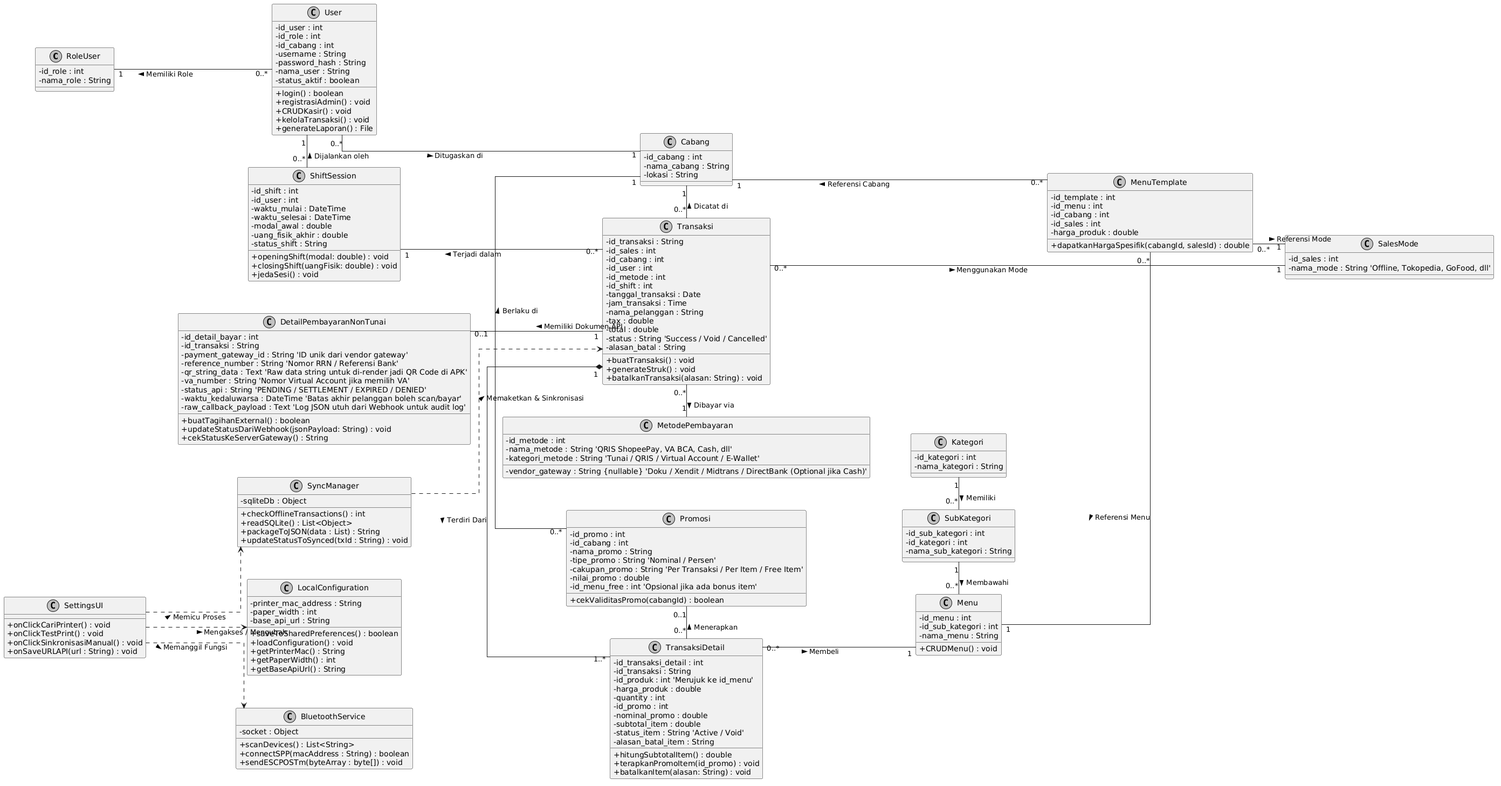
Before: Dokumen/Class Diagram.png, a diagram exported from PlantUML (ikoks/Pengembangan-Aplikasi-Point-Of-Sale-untuk-Event). Source of this version:
```plantuml
@startuml
skinparam classAttributeIconSize 0
skinparam monochrome true
skinparam shadowing false
skinparam linetype ortho
skinparam nodesep 60
skinparam ranksep 60
left to right direction


class RoleUser {
  - id_role : int
  - nama_role : String
}

class User {
  - id_user : int
  - id_role : int
  - id_cabang : int
  - username : String
  - password_hash : String
  - nama_user : String
  - status_aktif : boolean
  + login() : boolean
  + registrasiAdmin() : void
  + CRUDKasir() : void
  + kelolaTransaksi() : void
  + generateLaporan() : File
}

class Cabang {
  - id_cabang : int
  - nama_cabang : String
  - lokasi : String
}


class Kategori {
  - id_kategori : int
  - nama_kategori : String
}

class SubKategori {
  - id_sub_kategori : int
  - id_kategori : int
  - nama_sub_kategori : String
}

class Menu {
  - id_menu : int
  - id_sub_kategori : int
  - nama_menu : String
  + CRUDMenu() : void
}

class SalesMode {
  - id_sales : int
  - nama_mode : String 'Offline, Tokopedia, GoFood, dll'
}

class MenuTemplate {
  - id_template : int
  - id_menu : int
  - id_cabang : int
  - id_sales : int
  - harga_produk : double
  + dapatkanHargaSpesifik(cabangId, salesId) : double
}

class Promosi {
  - id_promo : int
  - id_cabang : int
  - nama_promo : String
  - tipe_promo : String 'Nominal / Persen'
  - cakupan_promo : String 'Per Transaksi / Per Item / Free Item'
  - nilai_promo : double
  - id_menu_free : int 'Opsional jika ada bonus item'
  + cekValiditasPromo(cabangId) : boolean
}

class MetodePembayaran {
  - id_metode : int
  - nama_metode : String 'QRIS ShopeePay, VA BCA, Cash, dll'
  - kategori_metode : String 'Tunai / QRIS / Virtual Account / E-Wallet'
  - vendor_gateway : String {nullable} 'Doku / Xendit / Midtrans / DirectBank (Optional jika Cash)'
}


class ShiftSession {
  - id_shift : int
  - id_user : int
  - waktu_mulai : DateTime
  - waktu_selesai : DateTime
  - modal_awal : double
  - uang_fisik_akhir : double
  - status_shift : String
  + openingShift(modal: double) : void
  + closingShift(uangFisik: double) : void
  + jedaSesi() : void
}

class Transaksi {
  - id_transaksi : String
  - id_sales : int
  - id_cabang : int
  - id_user : int
  - id_metode : int
  - id_shift : int
  - tanggal_transaksi : Date
  - jam_transaksi : Time
  - nama_pelanggan : String
  - tax : double
  - total : double
  - status : String 'Success / Void / Cancelled'
  - alasan_batal : String
  + buatTransaksi() : void
  + generateStruk() : void
  + batalkanTransaksi(alasan: String) : void
}

class TransaksiDetail {
  - id_transaksi_detail : int
  - id_transaksi : String
  - id_produk : int 'Merujuk ke id_menu'
  - harga_produk : double
  - quantity : int
  - id_promo : int
  - nominal_promo : double
  - subtotal_item : double
  - status_item : String 'Active / Void'
  - alasan_batal_item : String
  + hitungSubtotalItem() : double
  + terapkanPromoItem(id_promo) : void
  + batalkanItem(alasan: String) : void
}

class DetailPembayaranNonTunai {
  - id_detail_bayar : int
  - id_transaksi : String
  - payment_gateway_id : String 'ID unik dari vendor gateway'
  - reference_number : String 'Nomor RRN / Referensi Bank'
  - qr_string_data : Text 'Raw data string untuk di-render jadi QR Code di APK'
  - va_number : String 'Nomor Virtual Account jika memilih VA'
  - status_api : String 'PENDING / SETTLEMENT / EXPIRED / DENIED'
  - waktu_kedaluwarsa : DateTime 'Batas akhir pelanggan boleh scan/bayar'
  - raw_callback_payload : Text 'Log JSON utuh dari Webhook untuk audit log'
  + buatTagihanExternal() : boolean
  + updateStatusDariWebhook(jsonPayload: String) : void
  + cekStatusKeServerGateway() : String
}


class SettingsUI {
  + onClickCariPrinter() : void
  + onClickTestPrint() : void
  + onClickSinkronisasiManual() : void
  + onSaveURLAPI(url : String) : void
}

class LocalConfiguration {
  - printer_mac_address : String
  - paper_width : int
  - base_api_url : String
  + saveToSharedPreferences() : boolean
  + loadConfiguration() : void
  + getPrinterMac() : String
  + getPaperWidth() : int
  + getBaseApiUrl() : String
}

class BluetoothService {
  - socket : Object
  + scanDevices() : List<String>
  + connectSPP(macAddress : String) : boolean
  + sendESCPOSTm(byteArray : byte[]) : void
}

class SyncManager {
  - sqliteDb : Object
  + checkOfflineTransactions() : int
  + readSQLite() : List<Object>
  + packageToJSON(data : List) : String
  + updateStatusToSynced(txId : String) : void
}


User "0..*" -UP- "1" RoleUser : Memiliki Role >
User "0..*" -DOWN- "1" Cabang : Ditugaskan di >

Kategori "1" -RIGHT- "0..*" SubKategori : Memiliki >
SubKategori "1" -RIGHT- "0..*" Menu : Membawahi >

MenuTemplate "0..*" -UP- "1" Menu : Referensi Menu >
MenuTemplate "0..*" -LEFT- "1" Cabang : Referensi Cabang >
MenuTemplate "0..*" -DOWN- "1" SalesMode : Referensi Mode >

Promosi "0..*" -LEFT- "1" Cabang : Berlaku di >

ShiftSession "0..*" -LEFT- "1" User : Dijalankan oleh >
Transaksi "0..*" -UP- "1" ShiftSession : Terjadi dalam >
Transaksi "0..*" -DOWN- "1" SalesMode : Menggunakan Mode >
Transaksi "0..*" -LEFT- "1" Cabang : Dicatat di >
Transaksi "0..*" -RIGHT- "1" MetodePembayaran : Dibayar via >
Transaksi "1" -UP- "0..1" DetailPembayaranNonTunai : Memiliki Dokumen API >

Transaksi "1" *-RIGHT- "1..*" TransaksiDetail : Terdiri Dari >
TransaksiDetail "0..*" -DOWN- "1" Menu : Membeli >
TransaksiDetail "0..*" -LEFT- "0..1" Promosi : Menerapkan >

SettingsUI ..> LocalConfiguration : Mengakses / Mengubah >
SettingsUI ..> BluetoothService : Memanggil Fungsi >
SettingsUI ..> SyncManager : Memicu Proses >
SyncManager ..> Transaksi : Memaketkan & Sinkronisasi >
@enduml
```
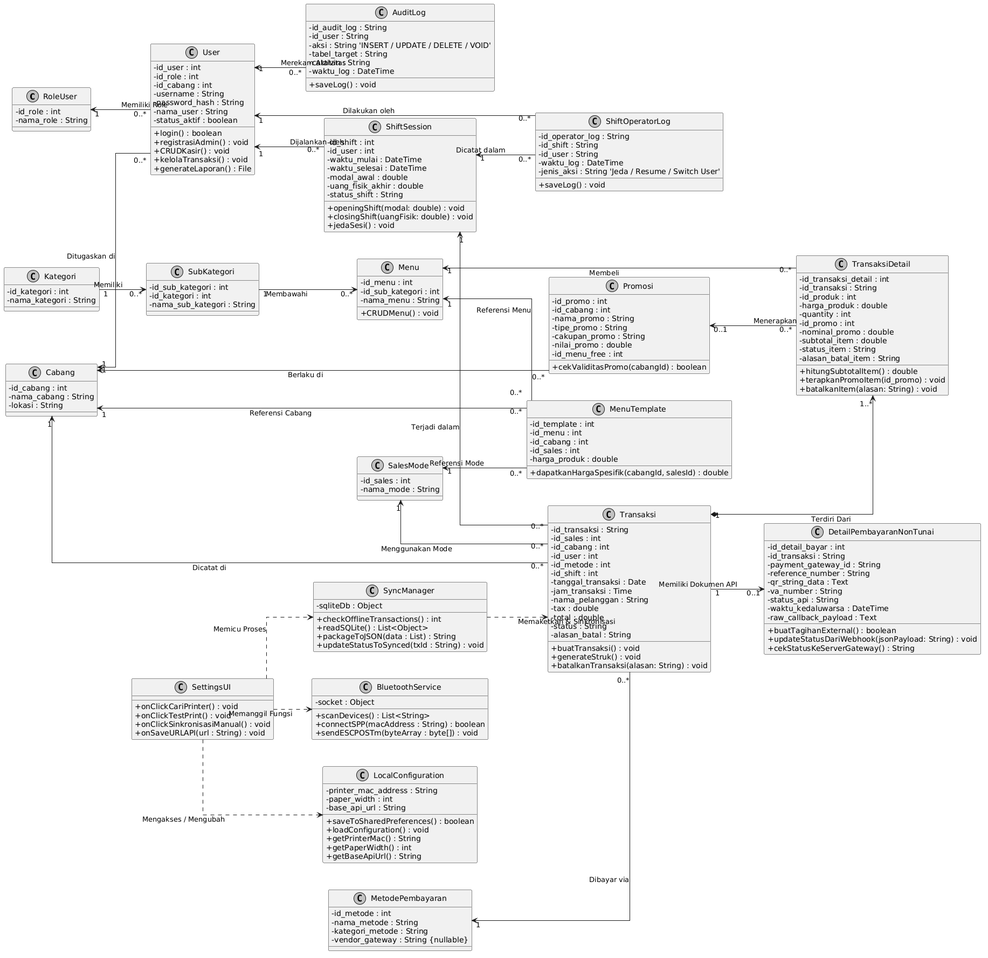
After the commit.

What changed in the source:
```diff
@@ -3,7 +3,7 @@
 skinparam monochrome true
 skinparam shadowing false
 skinparam linetype ortho
-skinparam nodesep 60
+skinparam nodesep 50
 skinparam ranksep 60
 left to right direction
 
@@ -35,6 +35,26 @@
 }
 
 
+class ShiftOperatorLog {
+  - id_operator_log : String
+  - id_shift : String
+  - id_user : String
+  - waktu_log : DateTime
+  - jenis_aksi : String 'Jeda / Resume / Switch User'
+  + saveLog() : void
+}
+
+class AuditLog {
+  - id_audit_log : String
+  - id_user : String
+  - aksi : String 'INSERT / UPDATE / DELETE / VOID'
+  - tabel_target : String
+  - catatan : String
+  - waktu_log : DateTime
+  + saveLog() : void
+}
+
+
 class Kategori {
   - id_kategori : int
   - nama_kategori : String
@@ -55,7 +75,7 @@
 
 class SalesMode {
   - id_sales : int
-  - nama_mode : String 'Offline, Tokopedia, GoFood, dll'
+  - nama_mode : String
 }
 
 class MenuTemplate {
@@ -71,18 +91,18 @@
   - id_promo : int
   - id_cabang : int
   - nama_promo : String
-  - tipe_promo : String 'Nominal / Persen'
-  - cakupan_promo : String 'Per Transaksi / Per Item / Free Item'
+  - tipe_promo : String
+  - cakupan_promo : String
   - nilai_promo : double
-  - id_menu_free : int 'Opsional jika ada bonus item'
+  - id_menu_free : int
   + cekValiditasPromo(cabangId) : boolean
 }
 
 class MetodePembayaran {
   - id_metode : int
-  - nama_metode : String 'QRIS ShopeePay, VA BCA, Cash, dll'
-  - kategori_metode : String 'Tunai / QRIS / Virtual Account / E-Wallet'
-  - vendor_gateway : String {nullable} 'Doku / Xendit / Midtrans / DirectBank (Optional jika Cash)'
+  - nama_metode : String
+  - kategori_metode : String
+  - vendor_gateway : String {nullable}
 }
 
 
@@ -111,7 +131,7 @@
   - nama_pelanggan : String
   - tax : double
   - total : double
-  - status : String 'Success / Void / Cancelled'
+  - status : String
   - alasan_batal : String
   + buatTransaksi() : void
   + generateStruk() : void
@@ -121,13 +141,13 @@
 class TransaksiDetail {
   - id_transaksi_detail : int
   - id_transaksi : String
-  - id_produk : int 'Merujuk ke id_menu'
+  - id_produk : int
   - harga_produk : double
   - quantity : int
   - id_promo : int
   - nominal_promo : double
   - subtotal_item : double
-  - status_item : String 'Active / Void'
+  - status_item : String
   - alasan_batal_item : String
   + hitungSubtotalItem() : double
   + terapkanPromoItem(id_promo) : void
@@ -137,13 +157,13 @@
 class DetailPembayaranNonTunai {
   - id_detail_bayar : int
   - id_transaksi : String
-  - payment_gateway_id : String 'ID unik dari vendor gateway'
-  - reference_number : String 'Nomor RRN / Referensi Bank'
-  - qr_string_data : Text 'Raw data string untuk di-render jadi QR Code di APK'
-  - va_number : String 'Nomor Virtual Account jika memilih VA'
-  - status_api : String 'PENDING / SETTLEMENT / EXPIRED / DENIED'
-  - waktu_kedaluwarsa : DateTime 'Batas akhir pelanggan boleh scan/bayar'
-  - raw_callback_payload : Text 'Log JSON utuh dari Webhook untuk audit log'
+  - payment_gateway_id : String
+  - reference_number : String
+  - qr_string_data : Text
+  - va_number : String
+  - status_api : String
+  - waktu_kedaluwarsa : DateTime
+  - raw_callback_payload : Text
   + buatTagihanExternal() : boolean
   + updateStatusDariWebhook(jsonPayload: String) : void
   + cekStatusKeServerGateway() : String
@@ -184,31 +204,34 @@
 }
 
 
-User "0..*" -UP- "1" RoleUser : Memiliki Role >
-User "0..*" -DOWN- "1" Cabang : Ditugaskan di >
+RoleUser "1" <-- "0..*" User : Memiliki Role
+Cabang "1" <-- "0..*" User : Ditugaskan di
 
-Kategori "1" -RIGHT- "0..*" SubKategori : Memiliki >
-SubKategori "1" -RIGHT- "0..*" Menu : Membawahi >
+ShiftSession "1" <-- "0..*" ShiftOperatorLog : Dicatat dalam
+User "1" <-- "0..*" ShiftOperatorLog : Dilakukan oleh
+User "1" <-- "0..*" AuditLog : Merekam Aktivitas
 
-MenuTemplate "0..*" -UP- "1" Menu : Referensi Menu >
-MenuTemplate "0..*" -LEFT- "1" Cabang : Referensi Cabang >
-MenuTemplate "0..*" -DOWN- "1" SalesMode : Referensi Mode >
+Kategori "1" -DOWN-> "0..*" SubKategori : Memiliki
+SubKategori "1" -DOWN-> "0..*" Menu : Membawahi
 
-Promosi "0..*" -LEFT- "1" Cabang : Berlaku di >
+Menu "1" <-- "0..*" MenuTemplate : Referensi Menu
+Cabang "1" <-- "0..*" MenuTemplate : Referensi Cabang
+SalesMode "1" <-- "0..*" MenuTemplate : Referensi Mode
+Cabang "1" <-- "0..*" Promosi : Berlaku di
 
-ShiftSession "0..*" -LEFT- "1" User : Dijalankan oleh >
-Transaksi "0..*" -UP- "1" ShiftSession : Terjadi dalam >
-Transaksi "0..*" -DOWN- "1" SalesMode : Menggunakan Mode >
-Transaksi "0..*" -LEFT- "1" Cabang : Dicatat di >
-Transaksi "0..*" -RIGHT- "1" MetodePembayaran : Dibayar via >
-Transaksi "1" -UP- "0..1" DetailPembayaranNonTunai : Memiliki Dokumen API >
+User "1" <-- "0..*" ShiftSession : Dijalankan oleh
+ShiftSession "1" <-- "0..*" Transaksi : Terjadi dalam
+SalesMode "1" <-- "0..*" Transaksi : Menggunakan Mode
+Cabang "1" <-- "0..*" Transaksi : Dicatat di
+MetodePembayaran "1" <-- "0..*" Transaksi : Dibayar via
+Transaksi "1" -DOWN-> "0..1" DetailPembayaranNonTunai : Memiliki Dokumen API
 
-Transaksi "1" *-RIGHT- "1..*" TransaksiDetail : Terdiri Dari >
-TransaksiDetail "0..*" -DOWN- "1" Menu : Membeli >
-TransaksiDetail "0..*" -LEFT- "0..1" Promosi : Menerapkan >
+Transaksi "1" *-DOWN-> "1..*" TransaksiDetail : Terdiri Dari
+Menu "1" <-- "0..*" TransaksiDetail : Membeli
+Promosi "0..1" <-- "0..*" TransaksiDetail : Menerapkan
 
-SettingsUI ..> LocalConfiguration : Mengakses / Mengubah >
-SettingsUI ..> BluetoothService : Memanggil Fungsi >
-SettingsUI ..> SyncManager : Memicu Proses >
-SyncManager ..> Transaksi : Memaketkan & Sinkronisasi >
+SettingsUI .DOWN.> LocalConfiguration : Mengakses / Mengubah
+SettingsUI .DOWN.> BluetoothService : Memanggil Fungsi
+SettingsUI .DOWN.> SyncManager : Memicu Proses
+SyncManager .DOWN.> Transaksi : Memaketkan & Sinkronisasi
 @enduml
```
